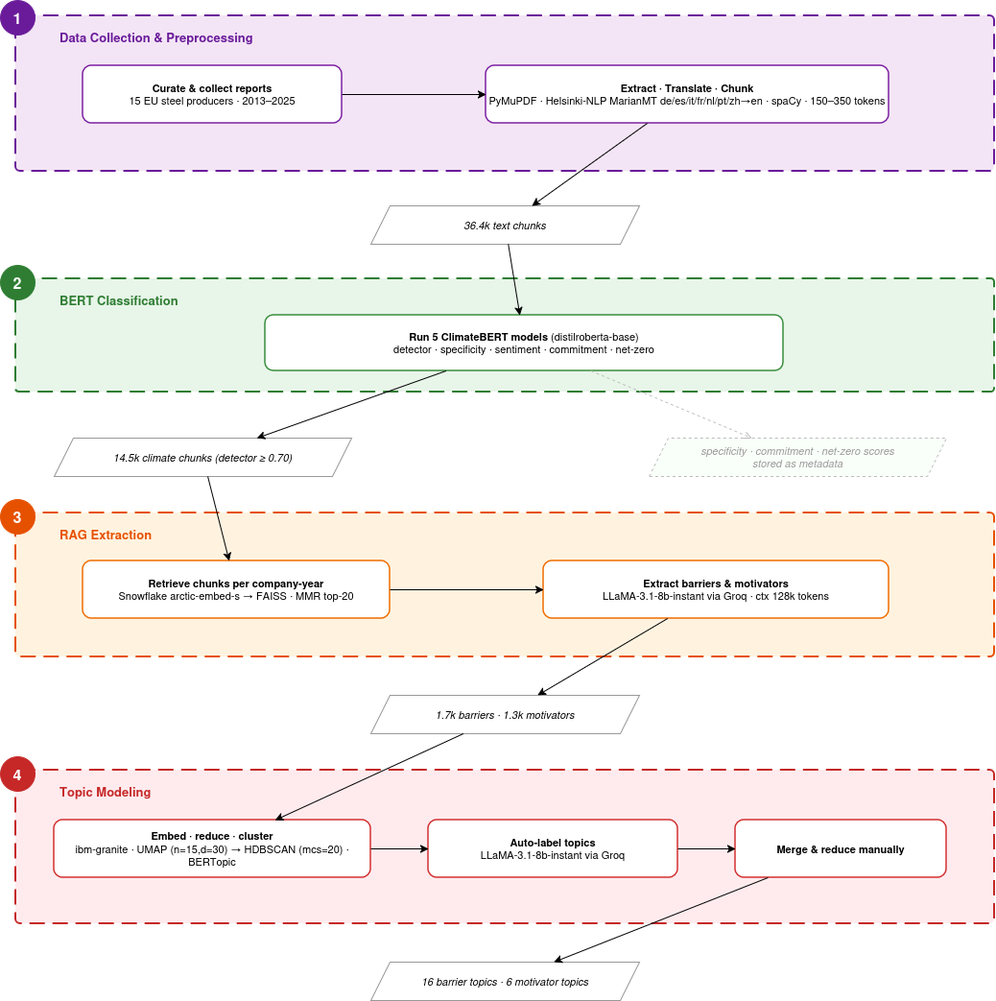
Earlier version of the draw.io export results/workflow.drawio.png (am0ebe/SusteelAible). Source tidied: cells renumbered, new cells last; positions are measured from the earlier drawing's top-left corner, leaving out a move shared by most shapes.
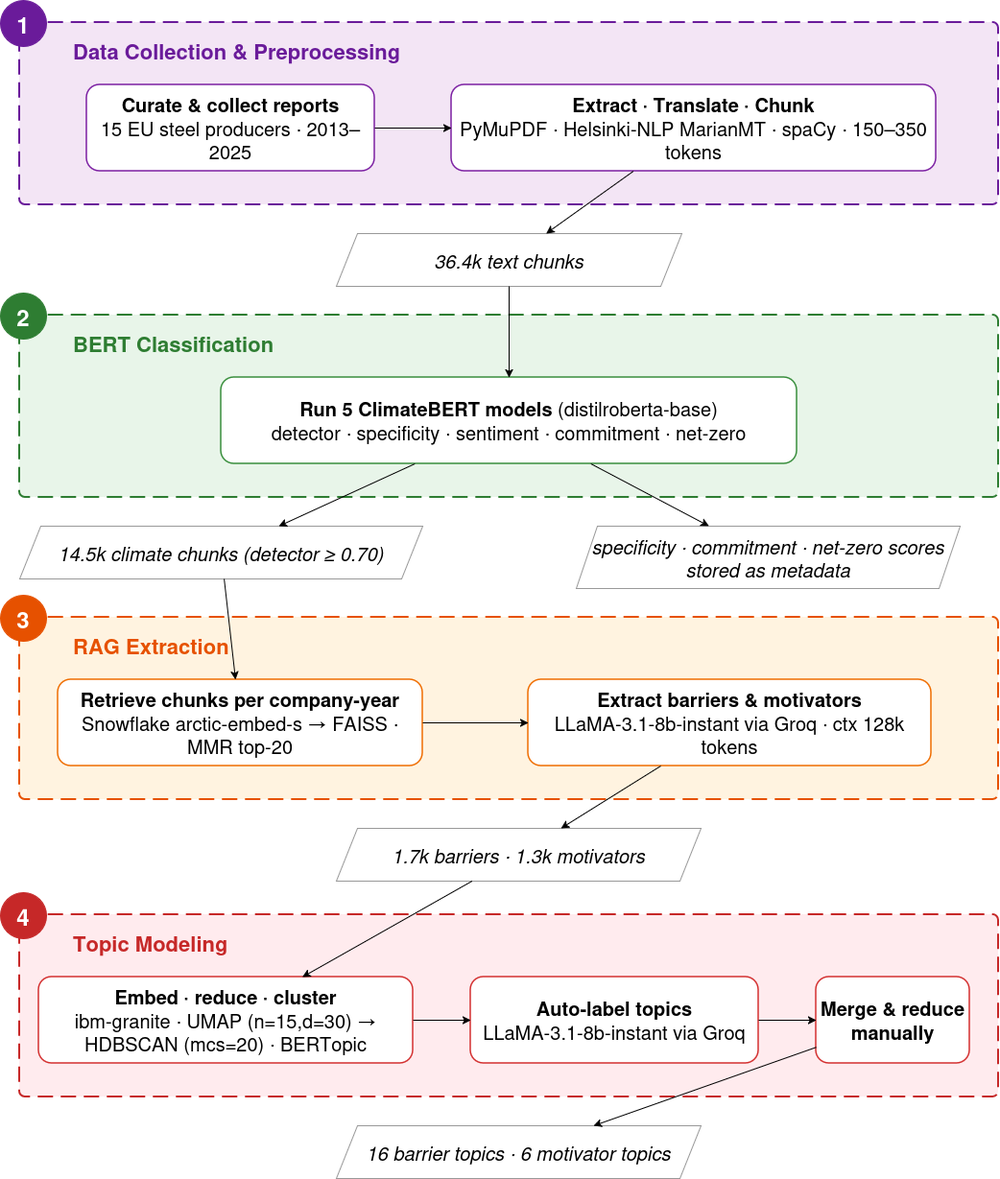
The same diagram one commit later.

Commit message:
workflow.drawio.png: bigger fonts

Diff of the diagram source:
```diff
@@ -2,101 +2,101 @@
   <root>
     <mxCell id="0" />
     <mxCell id="1" parent="0" />
-    <mxCell id="2" value="Data Collection &amp; Preprocessing" style="text;html=1;strokeColor=#6a1b9a;fillColor=#f3e5f5;align=left;verticalAlign=top;spacingLeft=44;spacingTop=8;rounded=1;arcSize=3;dashed=1;dashPattern=8 4;strokeWidth=2;fontStyle=1;fontSize=13;fontColor=#6a1b9a;" parent="1" vertex="1">
-      <mxGeometry x="16" y="16" width="1020" height="162" as="geometry" />
+    <mxCell id="2" value="Data Collection &amp; Preprocessing" style="text;html=1;strokeColor=#6a1b9a;fillColor=#f3e5f5;align=left;verticalAlign=top;spacingLeft=54;spacingTop=10;rounded=1;arcSize=3;dashed=1;dashPattern=8 4;strokeWidth=2;fontStyle=1;fontSize=22;fontColor=#6a1b9a;" parent="1" vertex="1">
+      <mxGeometry x="16" y="26" width="1020" height="190" as="geometry" />
     </mxCell>
-    <mxCell id="3" value="1" style="ellipse;fillColor=#6a1b9a;strokeColor=#6a1b9a;fontColor=#ffffff;fontStyle=1;fontSize=16;align=center;verticalAlign=middle;" parent="1" vertex="1">
-      <mxGeometry width="36" height="36" as="geometry" />
+    <mxCell id="3" value="1" style="ellipse;fillColor=#6a1b9a;strokeColor=#6a1b9a;fontColor=#ffffff;fontStyle=1;fontSize=24;align=center;verticalAlign=middle;" parent="1" vertex="1">
+      <mxGeometry x="-4" y="3" width="48" height="48" as="geometry" />
     </mxCell>
-    <mxCell id="4" value="&lt;b&gt;Curate &amp; collect reports&lt;/b&gt;&lt;br/&gt;15 EU steel producers · 2013–2025" style="rounded=1;whiteSpace=wrap;html=1;fillColor=#FFFFFF;strokeColor=#7b1fa2;strokeWidth=1.5;fontSize=11;align=center;" parent="1" vertex="1">
-      <mxGeometry x="86" y="68" width="270" height="60" as="geometry" />
+    <mxCell id="4" value="&lt;b&gt;Curate &amp; collect reports&lt;/b&gt;&lt;br/&gt;15 EU steel producers · 2013–2025" style="rounded=1;whiteSpace=wrap;html=1;fillColor=#FFFFFF;strokeColor=#7b1fa2;strokeWidth=1.5;fontSize=20;align=center;" parent="1" vertex="1">
+      <mxGeometry x="86" y="91" width="300" height="90" as="geometry" />
     </mxCell>
-    <mxCell id="5" value="&lt;b&gt;Extract · Translate · Chunk&lt;/b&gt;&lt;br/&gt;PyMuPDF · Helsinki-NLP MarianMT de/es/it/fr/nl/pt/zh→en · spaCy · 150–350 tokens" style="rounded=1;whiteSpace=wrap;html=1;fillColor=#FFFFFF;strokeColor=#7b1fa2;strokeWidth=1.5;fontSize=11;align=center;" parent="1" vertex="1">
-      <mxGeometry x="506" y="68" width="420" height="60" as="geometry" />
+    <mxCell id="5" value="&lt;b&gt;Extract · Translate · Chunk&lt;/b&gt;&lt;br&gt;PyMuPDF · Helsinki-NLP MarianMT · spaCy · 150–350 tokens" style="rounded=1;whiteSpace=wrap;html=1;fillColor=#FFFFFF;strokeColor=#7b1fa2;strokeWidth=1.5;fontSize=20;align=center;" parent="1" vertex="1">
+      <mxGeometry x="466" y="91" width="505" height="90" as="geometry" />
     </mxCell>
     <mxCell id="6" parent="1" edge="1" source="4" target="5">
       <mxGeometry relative="1" as="geometry" />
     </mxCell>
-    <mxCell id="7" value="36.4k text chunks" style="shape=parallelogram;perimeter=parallelogramPerimeter;whiteSpace=wrap;html=1;fixedSize=1;size=20;fillColor=#FFFFFF;strokeColor=#999999;strokeWidth=1;fontSize=11;fontStyle=2;align=center;" parent="1" vertex="1">
-      <mxGeometry x="386" y="214" width="280" height="40" as="geometry" />
+    <mxCell id="7" value="36.4k text chunks" style="shape=parallelogram;perimeter=parallelogramPerimeter;whiteSpace=wrap;html=1;fixedSize=1;size=22;fillColor=#FFFFFF;strokeColor=#999999;strokeWidth=1;fontSize=20;fontStyle=2;align=center;" parent="1" vertex="1">
+      <mxGeometry x="346" y="246" width="360" height="55" as="geometry" />
     </mxCell>
     <mxCell id="8" parent="1" edge="1" source="5" target="7">
       <mxGeometry relative="1" as="geometry" />
     </mxCell>
-    <mxCell id="9" value="BERT Classification" style="text;html=1;strokeColor=#2e7d32;fillColor=#e8f5e9;align=left;verticalAlign=top;spacingLeft=44;spacingTop=8;rounded=1;arcSize=3;dashed=1;dashPattern=8 4;strokeWidth=2;fontStyle=1;fontSize=13;fontColor=#2e7d32;" parent="1" vertex="1">
-      <mxGeometry x="16" y="290" width="1020" height="118" as="geometry" />
+    <mxCell id="9" value="BERT Classification" style="text;html=1;strokeColor=#2e7d32;fillColor=#e8f5e9;align=left;verticalAlign=top;spacingLeft=54;spacingTop=10;rounded=1;arcSize=3;dashed=1;dashPattern=8 4;strokeWidth=2;fontStyle=1;fontSize=22;fontColor=#2e7d32;" parent="1" vertex="1">
+      <mxGeometry x="16" y="331" width="1020" height="190" as="geometry" />
     </mxCell>
-    <mxCell id="10" value="2" style="ellipse;fillColor=#2e7d32;strokeColor=#2e7d32;fontColor=#ffffff;fontStyle=1;fontSize=16;align=center;verticalAlign=middle;" parent="1" vertex="1">
-      <mxGeometry y="276" width="36" height="36" as="geometry" />
+    <mxCell id="10" value="2" style="ellipse;fillColor=#2e7d32;strokeColor=#2e7d32;fontColor=#ffffff;fontStyle=1;fontSize=24;align=center;verticalAlign=middle;" parent="1" vertex="1">
+      <mxGeometry x="-4" y="308" width="48" height="48" as="geometry" />
     </mxCell>
-    <mxCell id="11" value="&lt;b&gt;Run 5 ClimateBERT models&lt;/b&gt; (distilroberta-base)&lt;br/&gt;detector · specificity · sentiment · commitment · net-zero" style="rounded=1;whiteSpace=wrap;html=1;fillColor=#FFFFFF;strokeColor=#388e3c;strokeWidth=1.5;fontSize=11;align=center;" parent="1" vertex="1">
-      <mxGeometry x="276" y="328" width="540" height="58" as="geometry" />
+    <mxCell id="11" value="&lt;b&gt;Run 5 ClimateBERT models&lt;/b&gt; (distilroberta-base)&lt;br/&gt;detector · specificity · sentiment · commitment · net-zero" style="rounded=1;whiteSpace=wrap;html=1;fillColor=#FFFFFF;strokeColor=#388e3c;strokeWidth=1.5;fontSize=20;align=center;" parent="1" vertex="1">
+      <mxGeometry x="226" y="396" width="600" height="90" as="geometry" />
     </mxCell>
     <mxCell id="12" parent="1" edge="1" source="7" target="11">
       <mxGeometry relative="1" as="geometry" />
     </mxCell>
-    <mxCell id="13" value="14.5k climate chunks  (detector ≥ 0.70)" style="shape=parallelogram;perimeter=parallelogramPerimeter;whiteSpace=wrap;html=1;fixedSize=1;size=20;fillColor=#FFFFFF;strokeColor=#999999;strokeWidth=1;fontSize=11;fontStyle=2;align=center;" parent="1" vertex="1">
-      <mxGeometry x="56" y="456" width="310" height="40" as="geometry" />
+    <mxCell id="13" value="14.5k climate chunks  (detector ≥ 0.70)" style="shape=parallelogram;perimeter=parallelogramPerimeter;whiteSpace=wrap;html=1;fixedSize=1;size=22;fillColor=#FFFFFF;strokeColor=#999999;strokeWidth=1;fontSize=20;fontStyle=2;align=center;" parent="1" vertex="1">
+      <mxGeometry x="16" y="551" width="420" height="55" as="geometry" />
     </mxCell>
     <mxCell id="14" parent="1" edge="1" source="11" target="13">
       <mxGeometry relative="1" as="geometry" />
     </mxCell>
-    <mxCell id="15" value="specificity · commitment · net-zero scores&lt;br/&gt;stored as metadata" style="shape=parallelogram;perimeter=parallelogramPerimeter;whiteSpace=wrap;html=1;fixedSize=1;size=20;fillColor=#f9fff9;strokeColor=#bbbbbb;strokeWidth=1;dashed=1;fontSize=11;fontStyle=2;fontColor=#999999;align=center;" parent="1" vertex="1">
-      <mxGeometry x="676" y="456" width="310" height="40" as="geometry" />
+    <mxCell id="15" value="specificity · commitment · net-zero scores&lt;br/&gt;stored as metadata" style="shape=parallelogram;perimeter=parallelogramPerimeter;whiteSpace=wrap;html=1;fixedSize=1;size=22;fillColor=#FFFFFF;strokeColor=#999999;strokeWidth=1;fontSize=20;fontStyle=2;align=center;" parent="1" vertex="1">
+      <mxGeometry x="596" y="551" width="400" height="65" as="geometry" />
     </mxCell>
-    <mxCell id="16" style="dashed=1;strokeColor=#bbbbbb;endArrow=open;endFill=0;" parent="1" edge="1" source="11" target="15">
+    <mxCell id="16" parent="1" edge="1" source="11" target="15">
       <mxGeometry relative="1" as="geometry" />
     </mxCell>
-    <mxCell id="17" value="RAG Extraction" style="text;html=1;strokeColor=#e65100;fillColor=#fff3e0;align=left;verticalAlign=top;spacingLeft=44;spacingTop=8;rounded=1;arcSize=3;dashed=1;dashPattern=8 4;strokeWidth=2;fontStyle=1;fontSize=13;fontColor=#e65100;" parent="1" vertex="1">
-      <mxGeometry x="16" y="534" width="1020" height="150" as="geometry" />
+    <mxCell id="17" value="RAG Extraction" style="text;html=1;strokeColor=#e65100;fillColor=#fff3e0;align=left;verticalAlign=top;spacingLeft=54;spacingTop=10;rounded=1;arcSize=3;dashed=1;dashPattern=8 4;strokeWidth=2;fontStyle=1;fontSize=22;fontColor=#e65100;" parent="1" vertex="1">
+      <mxGeometry x="16" y="646" width="1020" height="190" as="geometry" />
     </mxCell>
-    <mxCell id="18" value="3" style="ellipse;fillColor=#e65100;strokeColor=#e65100;fontColor=#ffffff;fontStyle=1;fontSize=16;align=center;verticalAlign=middle;" parent="1" vertex="1">
-      <mxGeometry y="520" width="36" height="36" as="geometry" />
+    <mxCell id="18" value="3" style="ellipse;fillColor=#e65100;strokeColor=#e65100;fontColor=#ffffff;fontStyle=1;fontSize=24;align=center;verticalAlign=middle;" parent="1" vertex="1">
+      <mxGeometry x="-4" y="623" width="48" height="48" as="geometry" />
     </mxCell>
-    <mxCell id="19" value="&lt;b&gt;Retrieve chunks per company-year&lt;/b&gt;&lt;br/&gt;Snowflake arctic-embed-s → FAISS · MMR top-20" style="rounded=1;whiteSpace=wrap;html=1;fillColor=#FFFFFF;strokeColor=#ef6c00;strokeWidth=1.5;fontSize=11;align=center;" parent="1" vertex="1">
-      <mxGeometry x="86" y="584" width="320" height="60" as="geometry" />
+    <mxCell id="19" value="&lt;b&gt;Retrieve chunks per company-year&lt;/b&gt;&lt;br/&gt;Snowflake arctic-embed-s → FAISS · MMR top-20" style="rounded=1;whiteSpace=wrap;html=1;fillColor=#FFFFFF;strokeColor=#ef6c00;strokeWidth=1.5;fontSize=20;align=center;" parent="1" vertex="1">
+      <mxGeometry x="56" y="711" width="380" height="90" as="geometry" />
     </mxCell>
     <mxCell id="20" parent="1" edge="1" source="13" target="19">
       <mxGeometry relative="1" as="geometry" />
     </mxCell>
-    <mxCell id="21" value="&lt;b&gt;Extract barriers &amp; motivators&lt;/b&gt;&lt;br/&gt;LLaMA-3.1-8b-instant via Groq · ctx 128k tokens" style="rounded=1;whiteSpace=wrap;html=1;fillColor=#FFFFFF;strokeColor=#ef6c00;strokeWidth=1.5;fontSize=11;align=center;" parent="1" vertex="1">
-      <mxGeometry x="566" y="584" width="360" height="60" as="geometry" />
+    <mxCell id="21" value="&lt;b&gt;Extract barriers &amp; motivators&lt;/b&gt;&lt;br/&gt;LLaMA-3.1-8b-instant via Groq · ctx 128k tokens" style="rounded=1;whiteSpace=wrap;html=1;fillColor=#FFFFFF;strokeColor=#ef6c00;strokeWidth=1.5;fontSize=20;align=center;" parent="1" vertex="1">
+      <mxGeometry x="546" y="711" width="420" height="90" as="geometry" />
     </mxCell>
     <mxCell id="22" parent="1" edge="1" source="19" target="21">
       <mxGeometry relative="1" as="geometry" />
     </mxCell>
-    <mxCell id="23" value="1.7k barriers · 1.3k motivators" style="shape=parallelogram;perimeter=parallelogramPerimeter;whiteSpace=wrap;html=1;fixedSize=1;size=20;fillColor=#FFFFFF;strokeColor=#999999;strokeWidth=1;fontSize=11;fontStyle=2;align=center;" parent="1" vertex="1">
-      <mxGeometry x="386" y="724" width="280" height="40" as="geometry" />
+    <mxCell id="23" value="1.7k barriers · 1.3k motivators" style="shape=parallelogram;perimeter=parallelogramPerimeter;whiteSpace=wrap;html=1;fixedSize=1;size=22;fillColor=#FFFFFF;strokeColor=#999999;strokeWidth=1;fontSize=20;fontStyle=2;align=center;" parent="1" vertex="1">
+      <mxGeometry x="346" y="866" width="380" height="55" as="geometry" />
     </mxCell>
     <mxCell id="24" parent="1" edge="1" source="21" target="23">
       <mxGeometry relative="1" as="geometry" />
     </mxCell>
-    <mxCell id="25" value="Topic Modeling" style="text;html=1;strokeColor=#c62828;fillColor=#ffebee;align=left;verticalAlign=top;spacingLeft=44;spacingTop=8;rounded=1;arcSize=3;dashed=1;dashPattern=8 4;strokeWidth=2;fontStyle=1;fontSize=13;fontColor=#c62828;" parent="1" vertex="1">
-      <mxGeometry x="16" y="802" width="1020" height="160" as="geometry" />
+    <mxCell id="25" value="Topic Modeling" style="text;html=1;strokeColor=#c62828;fillColor=#ffebee;align=left;verticalAlign=top;spacingLeft=54;spacingTop=10;rounded=1;arcSize=3;dashed=1;dashPattern=8 4;strokeWidth=2;fontStyle=1;fontSize=22;fontColor=#c62828;" parent="1" vertex="1">
+      <mxGeometry x="16" y="956" width="1020" height="190" as="geometry" />
     </mxCell>
-    <mxCell id="26" value="4" style="ellipse;fillColor=#c62828;strokeColor=#c62828;fontColor=#ffffff;fontStyle=1;fontSize=16;align=center;verticalAlign=middle;" parent="1" vertex="1">
-      <mxGeometry y="788" width="36" height="36" as="geometry" />
+    <mxCell id="26" value="4" style="ellipse;fillColor=#c62828;strokeColor=#c62828;fontColor=#ffffff;fontStyle=1;fontSize=24;align=center;verticalAlign=middle;" parent="1" vertex="1">
+      <mxGeometry x="-4" y="933" width="48" height="48" as="geometry" />
     </mxCell>
-    <mxCell id="27" value="&lt;b&gt;Embed · reduce · cluster&lt;/b&gt;&lt;br/&gt;ibm-granite · UMAP (n=15,d=30) → HDBSCAN (mcs=20) · BERTopic" style="rounded=1;whiteSpace=wrap;html=1;fillColor=#FFFFFF;strokeColor=#d32f2f;strokeWidth=1.5;fontSize=11;align=center;" parent="1" vertex="1">
-      <mxGeometry x="56" y="854" width="330" height="60" as="geometry" />
+    <mxCell id="27" value="&lt;b&gt;Embed · reduce · cluster&lt;/b&gt;&lt;br/&gt;ibm-granite · UMAP (n=15,d=30) → HDBSCAN (mcs=20) · BERTopic" style="rounded=1;whiteSpace=wrap;html=1;fillColor=#FFFFFF;strokeColor=#d32f2f;strokeWidth=1.5;fontSize=20;align=center;" parent="1" vertex="1">
+      <mxGeometry x="36" y="1021" width="390" height="90" as="geometry" />
     </mxCell>
     <mxCell id="28" parent="1" edge="1" source="23" target="27">
       <mxGeometry relative="1" as="geometry" />
     </mxCell>
-    <mxCell id="29" value="&lt;b&gt;Auto-label topics&lt;/b&gt;&lt;br/&gt;LLaMA-3.1-8b-instant via Groq" style="rounded=1;whiteSpace=wrap;html=1;fillColor=#FFFFFF;strokeColor=#d32f2f;strokeWidth=1.5;fontSize=11;align=center;" parent="1" vertex="1">
-      <mxGeometry x="446" y="854" width="260" height="60" as="geometry" />
+    <mxCell id="29" value="&lt;b&gt;Auto-label topics&lt;/b&gt;&lt;br/&gt;LLaMA-3.1-8b-instant via Groq" style="rounded=1;whiteSpace=wrap;html=1;fillColor=#FFFFFF;strokeColor=#d32f2f;strokeWidth=1.5;fontSize=20;align=center;" parent="1" vertex="1">
+      <mxGeometry x="486" y="1021" width="300" height="90" as="geometry" />
     </mxCell>
     <mxCell id="30" parent="1" edge="1" source="27" target="29">
       <mxGeometry relative="1" as="geometry" />
     </mxCell>
-    <mxCell id="31" value="&lt;b&gt;Merge &amp; reduce manually&lt;/b&gt;" style="rounded=1;whiteSpace=wrap;html=1;fillColor=#FFFFFF;strokeColor=#d32f2f;strokeWidth=1.5;fontSize=11;align=center;" parent="1" vertex="1">
-      <mxGeometry x="766" y="854" width="220" height="60" as="geometry" />
+    <mxCell id="31" value="&lt;b&gt;Merge &amp; reduce manually&lt;/b&gt;" style="rounded=1;whiteSpace=wrap;html=1;fillColor=#FFFFFF;strokeColor=#d32f2f;strokeWidth=1.5;fontSize=20;align=center;" parent="1" vertex="1">
+      <mxGeometry x="846" y="1021" width="160" height="90" as="geometry" />
     </mxCell>
     <mxCell id="32" parent="1" edge="1" source="29" target="31">
       <mxGeometry relative="1" as="geometry" />
     </mxCell>
-    <mxCell id="33" value="16 barrier topics · 6 motivator topics" style="shape=parallelogram;perimeter=parallelogramPerimeter;whiteSpace=wrap;html=1;fixedSize=1;size=20;fillColor=#FFFFFF;strokeColor=#999999;strokeWidth=1;fontSize=11;fontStyle=2;align=center;" parent="1" vertex="1">
-      <mxGeometry x="386" y="1002" width="280" height="40" as="geometry" />
+    <mxCell id="33" value="16 barrier topics · 6 motivator topics" style="shape=parallelogram;perimeter=parallelogramPerimeter;whiteSpace=wrap;html=1;fixedSize=1;size=22;fillColor=#FFFFFF;strokeColor=#999999;strokeWidth=1;fontSize=20;fontStyle=2;align=center;" parent="1" vertex="1">
+      <mxGeometry x="346" y="1176" width="380" height="55" as="geometry" />
     </mxCell>
     <mxCell id="34" parent="1" edge="1" source="31" target="33">
       <mxGeometry relative="1" as="geometry" />
```
